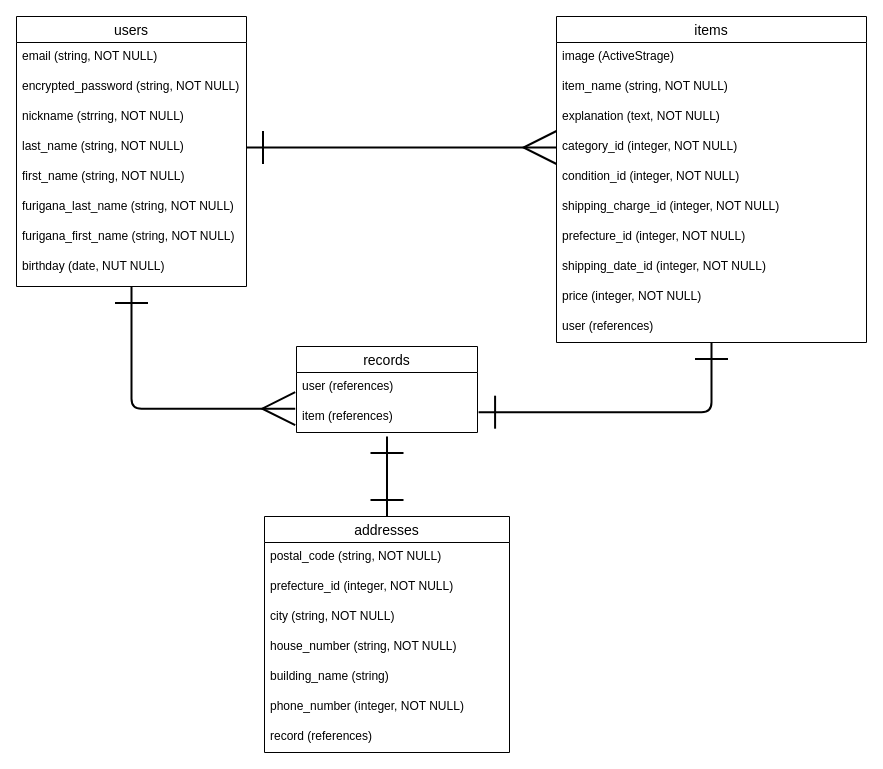
Before: ER.dio in Mizuki-hhh/furima-33010, a draw.io diagram. Source tidied: cells renumbered, new cells numbered last; positions are measured from the earlier drawing's top-left corner, leaving out a move shared by most shapes. Both pictures are drawn from the tidied source at 100%, with x=0, y=0 at pixel (16, 16).
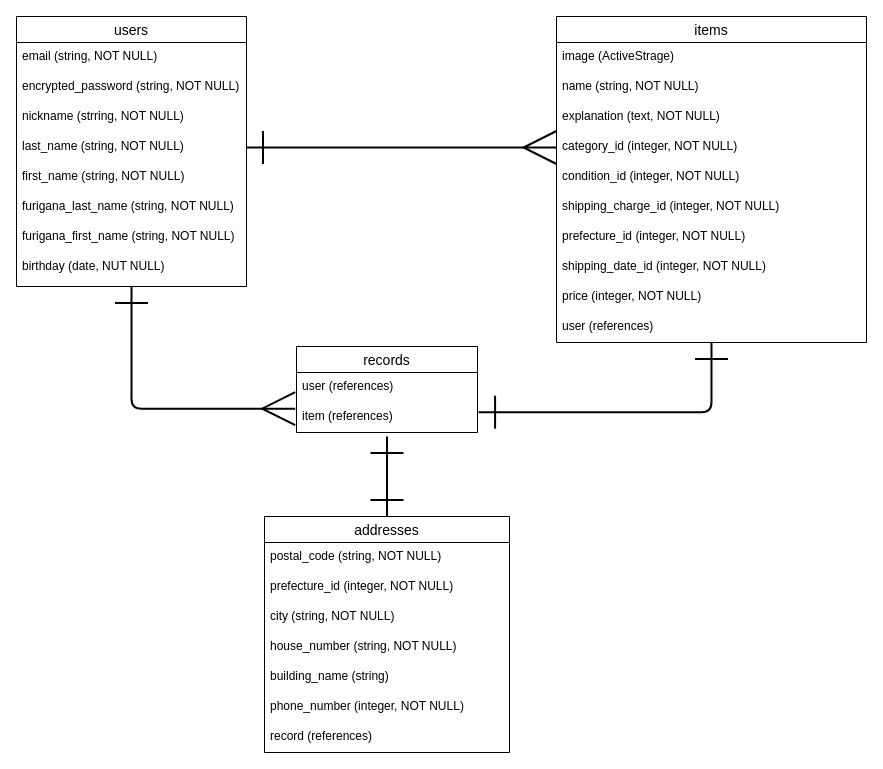
The same page after the edit.

Commit message (it also covers changes not shown here):
ER図とREADMEの修正3

The change refers to these unchanged cells:
```xml
<mxCell id="13" value="items" style="swimlane;fontStyle=0;horizontal=1;startSize=26;align=center;fontSize=14;fillColor=none;" parent="1" vertex="1">
  <mxGeometry x="540" width="310" height="326" as="geometry" />
</mxCell>
```

Change to the diagram source:
```diff
@@
-    <mxCell id="15" value="item_name (string, NOT NULL)" style="text;strokeColor=none;fillColor=none;spacingLeft=4;spacingRight=4;overflow=hidden;fontSize=12;" parent="13" vertex="1">
+    <mxCell id="15" value="name (string, NOT NULL)" style="text;strokeColor=none;fillColor=none;spacingLeft=4;spacingRight=4;overflow=hidden;fontSize=12;" parent="13" vertex="1">
       <mxGeometry y="56" width="310" height="30" as="geometry" />
     </mxCell>
```
